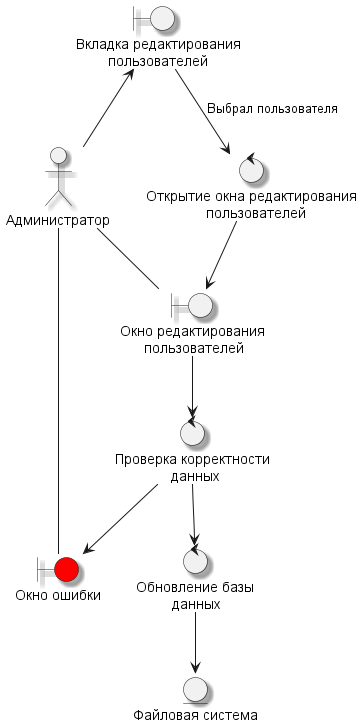
Above: out/Resource/Диаграммы пригодности/Редактирование пользователя (Администратор).png in MiFit1/OSOGO (PlantUML), before the change. Its diagram source:
```plantuml
@startuml
skinparam Shadowing true
actor "Администратор" as admin
boundary "  Вкладка редактирования\n          пользователей" as mainMenuAd
boundary "Окно редактирования\n      пользователей" as removeUserWindow

control "Открытие окна редактирования\n               пользователей" as removeUserWindowControl
control "Обновление базы\n         данных" as writeToDatabase
entity "Файловая система" as fs

control "Проверка корректности\n              данных" as checkControl
boundary "Окно ошибки" as errorWindow #Red

admin -u-> mainMenuAd
mainMenuAd --> removeUserWindowControl : Выбрал пользователя
removeUserWindowControl --> removeUserWindow
removeUserWindow --> checkControl
checkControl --> writeToDatabase
checkControl --> errorWindow
errorWindow -- admin

writeToDatabase --> fs
admin -- removeUserWindow

@enduml
```
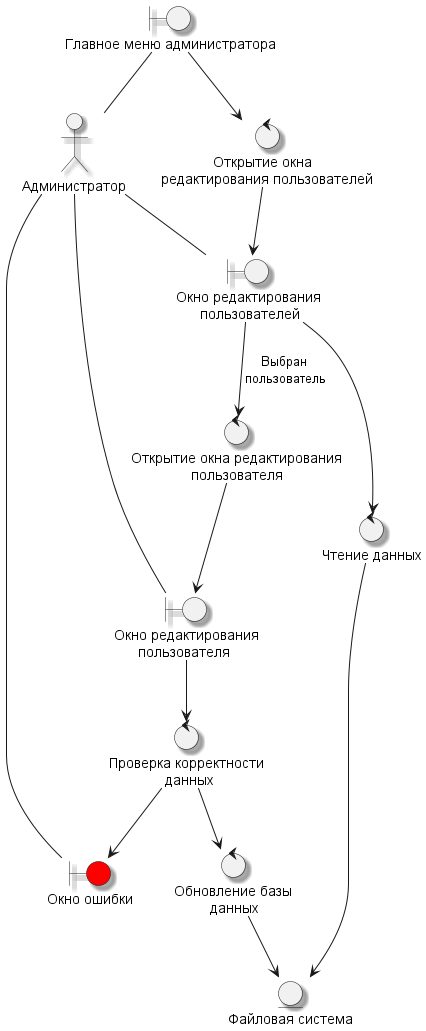
After the change.

Change to the diagram source:
```diff
@@ -1,25 +1,32 @@
 @startuml
 skinparam Shadowing true
 actor "Администратор" as admin
-boundary "  Вкладка редактирования\n          пользователей" as mainMenuAd
-boundary "Окно редактирования\n      пользователей" as removeUserWindow
+boundary "Главное меню администратора" as mainMenuAd
+boundary "Окно редактирования\n      пользователей" as changeUserTab
+boundary "Окно редактирования\n      пользователя" as changeUserWindow
 
-control "Открытие окна редактирования\n               пользователей" as removeUserWindowControl
+control "             Открытие окна\nредактирования пользователей" as changeUserTabControl
+control "Открытие окна редактирования\n               пользователя" as changeUserWindowControl
 control "Обновление базы\n         данных" as writeToDatabase
 entity "Файловая система" as fs
 
 control "Проверка корректности\n              данных" as checkControl
+control "Чтение данных" as readData
 boundary "Окно ошибки" as errorWindow #Red
 
-admin -u-> mainMenuAd
-mainMenuAd --> removeUserWindowControl : Выбрал пользователя
-removeUserWindowControl --> removeUserWindow
-removeUserWindow --> checkControl
+admin -u- mainMenuAd
+mainMenuAd --> changeUserTabControl
+changeUserTabControl --> changeUserTab
+changeUserTab --> changeUserWindowControl :Выбран \nпользователь
+changeUserWindowControl --> changeUserWindow
+changeUserWindow --> checkControl
+checkControl --> errorWindow
 checkControl --> writeToDatabase
-checkControl --> errorWindow
-errorWindow -- admin
-
 writeToDatabase --> fs
-admin -- removeUserWindow
+changeUserTab --> readData
+readData --> fs
+admin -- changeUserTab
+admin -- changeUserWindow
+admin -- errorWindow
 
 @enduml
```
